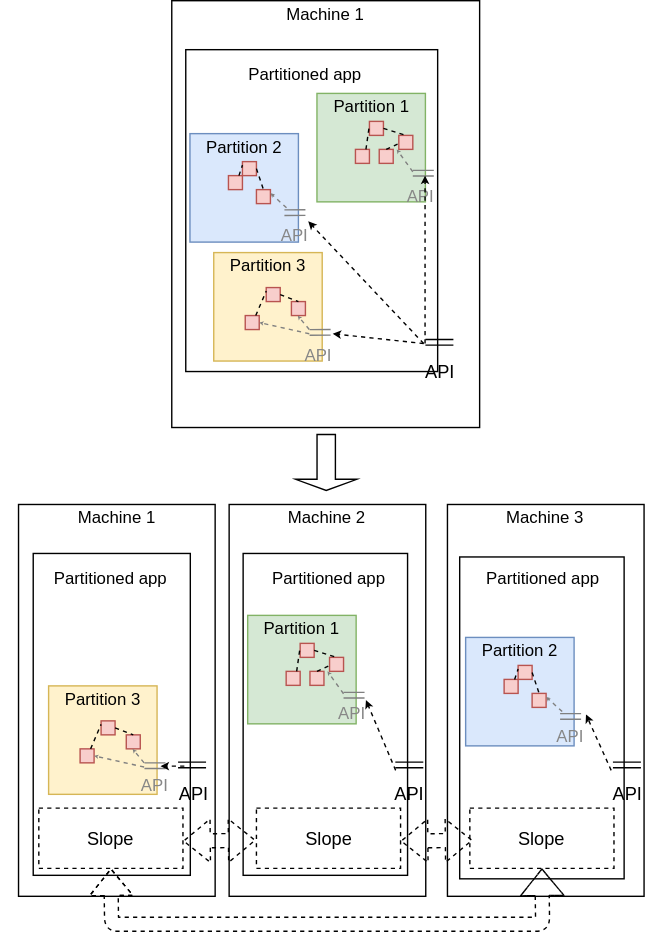
This is doc/design-goals-pluggable.drawio.svg from farnasirim/slope, a draw.io export, as it was before one commit. Source tidied: cells renumbered, new cells last; positions are measured from the earlier drawing's top-left corner, leaving out a move shared by most shapes.
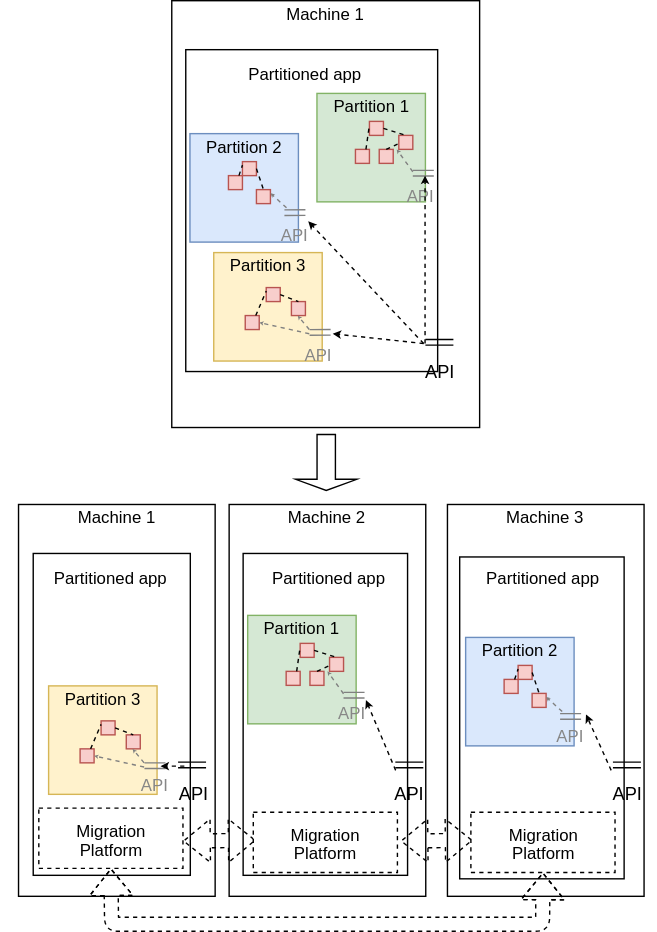
The same file after the commit.

The edit, as a diff of the source:
```diff
@@ -362,15 +362,9 @@
     <mxCell id="99" style="edgeStyle=orthogonalEdgeStyle;shape=link;rounded=0;orthogonalLoop=1;jettySize=auto;exitX=0.5;exitY=1;exitDx=0;exitDy=0;dashed=1;endSize=3;strokeColor=#000000;fontFamily=Helvetica;fontSize=13;fontColor=#000000;" parent="1" edge="1" source="60" target="60">
       <mxGeometry relative="1" as="geometry" />
     </mxCell>
-    <mxCell id="100" value="Slope" style="rounded=0;whiteSpace=wrap;fontFamily=Helvetica;fontSize=13;fontColor=#000000;dashed=1;" parent="1" vertex="1">
+    <mxCell id="100" style="rounded=0;whiteSpace=wrap;fontFamily=Helvetica;fontSize=13;fontColor=#000000;dashed=1;" parent="1" vertex="1">
       <mxGeometry x="27" y="577" width="103" height="43" as="geometry" />
     </mxCell>
-    <mxCell id="101" value="Slope" style="rounded=0;whiteSpace=wrap;fontFamily=Helvetica;fontSize=13;fontColor=#000000;dashed=1;" parent="1" vertex="1">
-      <mxGeometry x="182.5" y="577" width="103" height="43" as="geometry" />
-    </mxCell>
-    <mxCell id="102" value="Slope" style="rounded=0;whiteSpace=wrap;fontFamily=Helvetica;fontSize=13;fontColor=#000000;dashed=1;" parent="1" vertex="1">
-      <mxGeometry x="335" y="577" width="103" height="43" as="geometry" />
-    </mxCell>
     <mxCell id="103" style="shape=flexArrow;endArrow=classic;startArrow=classic;dashed=1;strokeColor=#000000;fontFamily=Helvetica;fontSize=13;fontColor=#000000;" parent="1" edge="1">
       <mxGeometry relative="1" as="geometry">
         <mxPoint x="130" y="600.5" as="sourcePoint" />
@@ -383,7 +377,7 @@
         <mxPoint x="337" y="600" as="targetPoint" />
       </mxGeometry>
     </mxCell>
-    <mxCell id="105" style="shape=flexArrow;endArrow=classic;startArrow=classic;dashed=1;strokeColor=#000000;fontFamily=Helvetica;fontSize=13;fontColor=#000000;exitX=0.5;exitY=1;exitDx=0;exitDy=0;entryX=0.5;entryY=1;entryDx=0;entryDy=0;" parent="1" edge="1" source="100" target="102">
+    <mxCell id="105" style="shape=flexArrow;endArrow=classic;startArrow=classic;dashed=1;strokeColor=#000000;fontFamily=Helvetica;fontSize=13;fontColor=#000000;exitX=0.5;exitY=1;exitDx=0;exitDy=0;entryX=0.5;entryY=1;entryDx=0;entryDy=0;" parent="1" edge="1" source="100" target="113">
       <mxGeometry relative="1" as="geometry">
         <Array as="points">
           <mxPoint x="79" y="660" />
@@ -391,5 +385,41 @@
         </Array>
       </mxGeometry>
     </mxCell>
+    <mxCell id="106" value="Migration" style="text;strokeColor=none;fillColor=none;align=center;verticalAlign=middle;whiteSpace=wrap;rounded=0;fontFamily=Helvetica;" parent="1" vertex="1">
+      <mxGeometry x="44.1" y="584" width="70" height="20" as="geometry" />
+    </mxCell>
+    <mxCell id="107" value="Platform" style="text;strokeColor=none;fillColor=none;align=center;verticalAlign=middle;whiteSpace=wrap;rounded=0;fontFamily=Helvetica;" parent="1" vertex="1">
+      <mxGeometry x="44.1" y="597.5" width="70" height="20" as="geometry" />
+    </mxCell>
+    <mxCell id="108" style="edgeStyle=orthogonalEdgeStyle;shape=link;rounded=0;orthogonalLoop=1;jettySize=auto;exitX=0.5;exitY=1;exitDx=0;exitDy=0;dashed=1;endSize=3;strokeColor=#000000;fontFamily=Helvetica;fontSize=13;fontColor=#000000;" parent="1" edge="1">
+      <mxGeometry relative="1" as="geometry">
+        <mxPoint x="263.5" y="574.1" as="sourcePoint" />
+        <mxPoint x="263.5" y="574.1" as="targetPoint" />
+      </mxGeometry>
+    </mxCell>
+    <mxCell id="109" style="rounded=0;whiteSpace=wrap;fontFamily=Helvetica;fontSize=13;fontColor=#000000;dashed=1;" parent="1" vertex="1">
+      <mxGeometry x="180.2" y="579.9" width="103" height="43" as="geometry" />
+    </mxCell>
+    <mxCell id="110" value="Migration" style="text;strokeColor=none;fillColor=none;align=center;verticalAlign=middle;whiteSpace=wrap;rounded=0;fontFamily=Helvetica;" parent="1" vertex="1">
+      <mxGeometry x="197.4" y="586.9" width="70" height="20" as="geometry" />
+    </mxCell>
+    <mxCell id="111" value="Platform" style="text;strokeColor=none;fillColor=none;align=center;verticalAlign=middle;whiteSpace=wrap;rounded=0;fontFamily=Helvetica;" parent="1" vertex="1">
+      <mxGeometry x="197.4" y="600.4" width="70" height="20" as="geometry" />
+    </mxCell>
+    <mxCell id="112" style="edgeStyle=orthogonalEdgeStyle;shape=link;rounded=0;orthogonalLoop=1;jettySize=auto;exitX=0.5;exitY=1;exitDx=0;exitDy=0;dashed=1;endSize=3;strokeColor=#000000;fontFamily=Helvetica;fontSize=13;fontColor=#000000;" parent="1" edge="1">
+      <mxGeometry relative="1" as="geometry">
+        <mxPoint x="419" y="574.1" as="sourcePoint" />
+        <mxPoint x="419" y="574.1" as="targetPoint" />
+      </mxGeometry>
+    </mxCell>
+    <mxCell id="113" style="rounded=0;whiteSpace=wrap;fontFamily=Helvetica;fontSize=13;fontColor=#000000;dashed=1;" parent="1" vertex="1">
+      <mxGeometry x="335.8" y="579.9" width="103" height="43" as="geometry" />
+    </mxCell>
+    <mxCell id="114" value="Migration" style="text;strokeColor=none;fillColor=none;align=center;verticalAlign=middle;whiteSpace=wrap;rounded=0;fontFamily=Helvetica;" parent="1" vertex="1">
+      <mxGeometry x="352.9" y="586.9" width="70" height="20" as="geometry" />
+    </mxCell>
+    <mxCell id="115" value="Platform" style="text;strokeColor=none;fillColor=none;align=center;verticalAlign=middle;whiteSpace=wrap;rounded=0;fontFamily=Helvetica;" parent="1" vertex="1">
+      <mxGeometry x="352.9" y="600.4" width="70" height="20" as="geometry" />
+    </mxCell>
   </root>
 </mxGraphModel>
```
